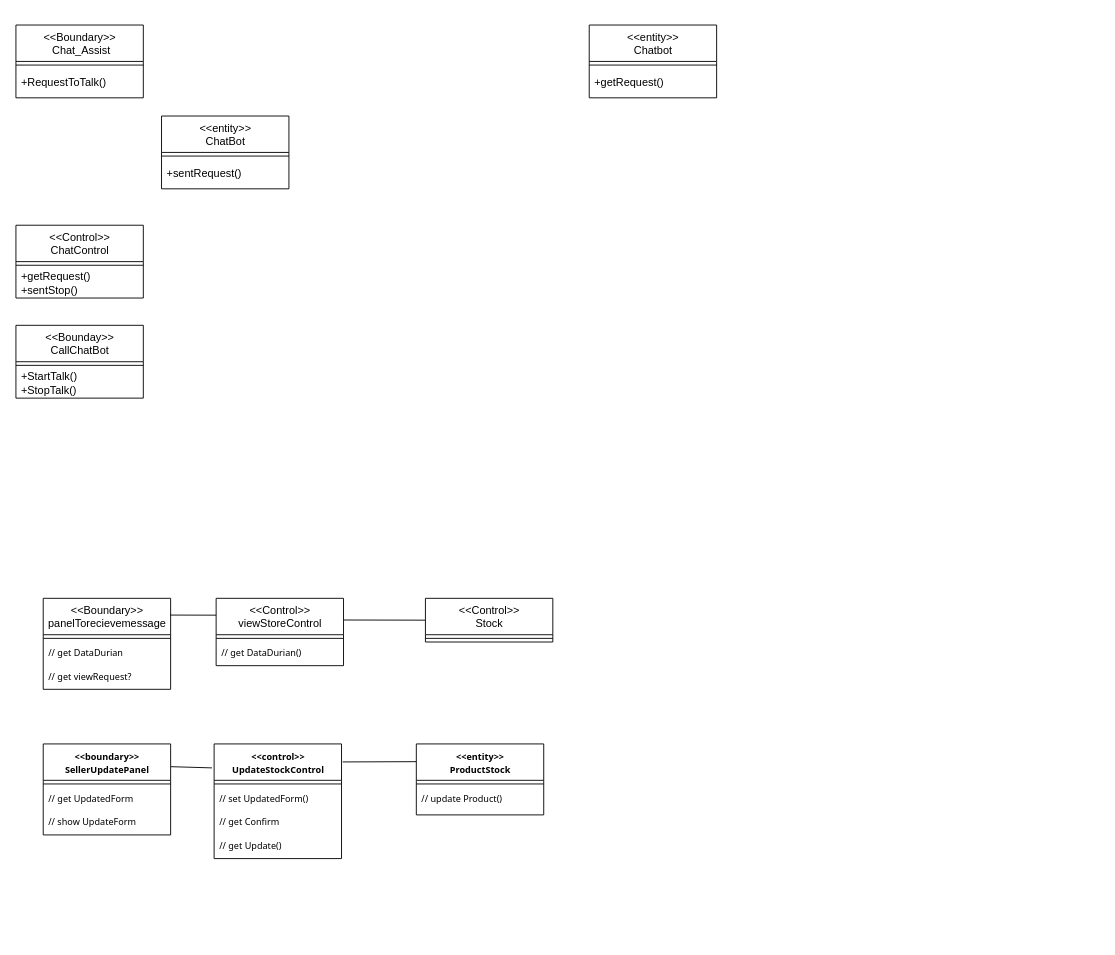
Before: VOPC.drawio in munkeawtoast/isad-diagrams, a draw.io diagram. Source tidied: cells renumbered, new cells numbered last; positions are measured from the earlier drawing's top-left corner, leaving out a move shared by most shapes. Both pictures are drawn from the tidied source at 91%, with x=0, y=0 at pixel (15, 25).
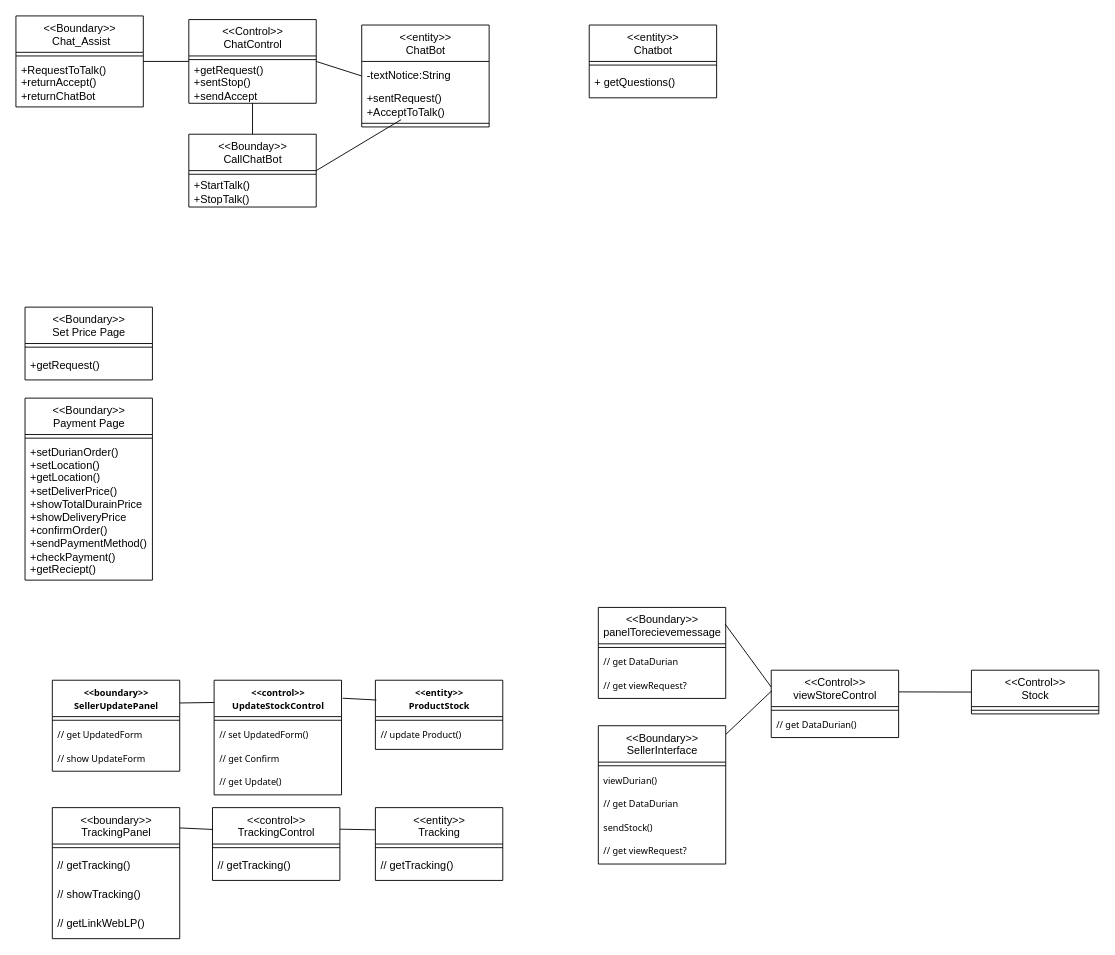
The same page after the edit.

Unchanged cells that the change refers to:
```xml
<mxCell id="2" value="&amp;lt;&amp;lt;entity&amp;gt;&amp;gt;&lt;br&gt;Chatbot" style="swimlane;fontStyle=0;align=center;verticalAlign=top;horizontal=1;startSize=40;html=1;" parent="1" vertex="1">
  <mxGeometry x="630" width="140" height="80" as="geometry" />
</mxCell>
```

What changed in the source:
```diff
@@
-    <mxCell id="4" value="+getRequest()" style="html=1;strokeColor=none;fillColor=none;align=left;verticalAlign=middle;spacingLeft=4;spacingRight=4;" parent="2" vertex="1">
+    <mxCell id="4" value="+ getQuestions()&lt;br&gt;" style="html=1;strokeColor=none;fillColor=none;align=left;verticalAlign=middle;spacingLeft=4;spacingRight=4;" parent="2" vertex="1">
       <mxGeometry y="48" width="140" height="32" as="geometry" />
     </mxCell>
+    <mxCell id="42" style="edgeStyle=none;html=1;exitX=1;exitY=0.5;exitDx=0;exitDy=0;entryX=0;entryY=0.5;entryDx=0;entryDy=0;endArrow=none;endFill=0;" parent="1" edge="1" source="5" target="8">
+      <mxGeometry relative="1" as="geometry" />
+    </mxCell>
     <mxCell id="5" value="&amp;lt;&amp;lt;Boundary&amp;gt;&amp;gt;&lt;br&gt;&amp;nbsp;Chat_Assist" style="swimlane;fontStyle=0;align=center;verticalAlign=top;horizontal=1;startSize=40;html=1;" parent="1" vertex="1">
-      <mxGeometry width="140" height="80" as="geometry" />
+      <mxGeometry y="-10" width="140" height="100" as="geometry" />
     </mxCell>
@@
-    <mxCell id="7" value="+RequestToTalk()" style="html=1;strokeColor=none;fillColor=none;align=left;verticalAlign=middle;spacingLeft=4;spacingRight=4;" parent="5" vertex="1">
-      <mxGeometry y="48" width="140" height="32" as="geometry" />
+    <mxCell id="7" value="+RequestToTalk()&lt;br&gt;+returnAccept()&lt;br&gt;+returnChatBot" style="html=1;strokeColor=none;fillColor=none;align=left;verticalAlign=middle;spacingLeft=4;spacingRight=4;" parent="5" vertex="1">
+      <mxGeometry y="48" width="140" height="52" as="geometry" />
     </mxCell>
+    <mxCell id="43" style="edgeStyle=none;html=1;exitX=1;exitY=0.5;exitDx=0;exitDy=0;entryX=0;entryY=0.5;entryDx=0;entryDy=0;endArrow=none;endFill=0;" parent="1" edge="1" source="8" target="11">
+      <mxGeometry relative="1" as="geometry" />
+    </mxCell>
     <mxCell id="8" value="&amp;lt;&amp;lt;Control&amp;gt;&amp;gt;&lt;br&gt;ChatControl" style="swimlane;fontStyle=0;align=center;verticalAlign=top;horizontal=1;startSize=40;html=1;" parent="1" vertex="1">
-      <mxGeometry y="220" width="140" height="80" as="geometry" />
+      <mxGeometry x="190" y="-6" width="140" height="92" as="geometry" />
     </mxCell>
@@
-    <mxCell id="10" value="+getRequest()&lt;br&gt;+sentStop()" style="html=1;strokeColor=none;fillColor=none;align=left;verticalAlign=middle;spacingLeft=4;spacingRight=4;points=[[0,0.5],[1,0.5]];" parent="8" vertex="1">
-      <mxGeometry y="48" width="140" height="32" as="geometry" />
+    <mxCell id="10" value="+getRequest()&lt;br&gt;+sentStop()&lt;br&gt;+sendAccept" style="html=1;strokeColor=none;fillColor=none;align=left;verticalAlign=middle;spacingLeft=4;spacingRight=4;points=[[0,0.5],[1,0.5]];" parent="8" vertex="1">
+      <mxGeometry y="48" width="140" height="44" as="geometry" />
     </mxCell>
     <mxCell id="11" value="&amp;lt;&amp;lt;entity&amp;gt;&amp;gt;&lt;br&gt;ChatBot" style="swimlane;fontStyle=0;align=center;verticalAlign=top;horizontal=1;startSize=40;html=1;" parent="1" vertex="1">
-      <mxGeometry x="160" y="100" width="140" height="80" as="geometry" />
+      <mxGeometry x="380" width="140" height="112" as="geometry" />
     </mxCell>
+    <mxCell id="44" value="-textNotice:String" style="html=1;strokeColor=none;fillColor=none;align=left;verticalAlign=middle;spacingLeft=4;spacingRight=4;" parent="11" vertex="1">
+      <mxGeometry y="40" width="140" height="32" as="geometry" />
+    </mxCell>
+    <mxCell id="13" value="+sentRequest()&lt;br&gt;+AcceptToTalk()" style="html=1;strokeColor=none;fillColor=none;align=left;verticalAlign=middle;spacingLeft=4;spacingRight=4;points=[[0,0.5],[1,0.5]];" parent="11" vertex="1">
+      <mxGeometry y="72" width="140" height="32" as="geometry" />
+    </mxCell>
     <mxCell id="12" style="line;strokeWidth=1;fillColor=none;align=left;verticalAlign=middle;spacingTop=-1;spacingLeft=3;spacingRight=3;labelPosition=right;" parent="11" vertex="1">
-      <mxGeometry y="40" width="140" height="8" as="geometry" />
+      <mxGeometry y="104" width="140" height="8" as="geometry" />
     </mxCell>
-    <mxCell id="13" value="+sentRequest()" style="html=1;strokeColor=none;fillColor=none;align=left;verticalAlign=middle;spacingLeft=4;spacingRight=4;points=[[0,0.5],[1,0.5]];" parent="11" vertex="1">
-      <mxGeometry y="48" width="140" height="32" as="geometry" />
-    </mxCell>
+    <mxCell id="45" style="edgeStyle=none;html=1;endArrow=none;endFill=0;" parent="1" edge="1" source="14" target="10">
+      <mxGeometry relative="1" as="geometry" />
+    </mxCell>
+    <mxCell id="46" style="edgeStyle=none;html=1;exitX=1;exitY=0.5;exitDx=0;exitDy=0;endArrow=none;endFill=0;" parent="1" edge="1" source="14" target="13">
+      <mxGeometry relative="1" as="geometry" />
+    </mxCell>
     <mxCell id="14" value="&amp;lt;&amp;lt;Bounday&amp;gt;&amp;gt;&lt;br&gt;CallChatBot" style="swimlane;fontStyle=0;align=center;verticalAlign=top;horizontal=1;startSize=40;html=1;" parent="1" vertex="1">
-      <mxGeometry y="330" width="140" height="80" as="geometry" />
+      <mxGeometry x="190" y="120" width="140" height="80" as="geometry" />
     </mxCell>
@@
     <mxCell id="17" value="&lt;span style=&quot;font-family: Helvetica; font-size: 12px; font-style: normal; font-variant-ligatures: normal; font-variant-caps: normal; font-weight: 400; letter-spacing: normal; orphans: 2; text-align: center; text-indent: 0px; text-transform: none; widows: 2; word-spacing: 0px; -webkit-text-stroke-width: 0px; text-decoration-thickness: initial; text-decoration-style: initial; text-decoration-color: initial; float: none; display: inline !important;&quot;&gt;&amp;lt;&amp;lt;Boundary&amp;gt;&amp;gt;&lt;/span&gt;&lt;br style=&quot;border-color: rgb(0, 0, 0); font-family: Helvetica; font-size: 12px; font-style: normal; font-variant-ligatures: normal; font-variant-caps: normal; font-weight: 400; letter-spacing: normal; orphans: 2; text-align: center; text-indent: 0px; text-transform: none; widows: 2; word-spacing: 0px; -webkit-text-stroke-width: 0px; text-decoration-thickness: initial; text-decoration-style: initial; text-decoration-color: initial;&quot;&gt;&lt;span style=&quot;font-family: Helvetica; font-size: 12px; font-style: normal; font-variant-ligatures: normal; font-variant-caps: normal; font-weight: 400; letter-spacing: normal; orphans: 2; text-align: center; text-indent: 0px; text-transform: none; widows: 2; word-spacing: 0px; -webkit-text-stroke-width: 0px; text-decoration-thickness: initial; text-decoration-style: initial; text-decoration-color: initial; float: none; display: inline !important;&quot;&gt;panelTorecievemessage&lt;/span&gt;" style="swimlane;fontStyle=0;align=center;verticalAlign=top;horizontal=1;startSize=40;html=1;" parent="1" vertex="1">
-      <mxGeometry x="30" y="630" width="140" height="100" as="geometry" />
+      <mxGeometry x="640" y="640" width="140" height="100" as="geometry" />
     </mxCell>
@@
-    <mxCell id="21" style="edgeStyle=none;html=1;entryX=0;entryY=0.5;entryDx=0;entryDy=0;endArrow=none;endFill=0;exitX=1.001;exitY=0.322;exitDx=0;exitDy=0;exitPerimeter=0;" parent="1" edge="1" source="22" target="25">
+    <mxCell id="21" style="edgeStyle=none;html=1;endArrow=none;endFill=0;exitX=1.001;exitY=0.322;exitDx=0;exitDy=0;exitPerimeter=0;entryX=0;entryY=0.5;entryDx=0;entryDy=0;" parent="1" edge="1" source="22" target="25">
       <mxGeometry relative="1" as="geometry" />
     </mxCell>
     <mxCell id="22" value="&lt;span style=&quot;&quot;&gt;&amp;lt;&amp;lt;Control&amp;gt;&amp;gt;&lt;/span&gt;&lt;br style=&quot;&quot;&gt;&lt;span style=&quot;&quot;&gt;viewStoreControl&lt;/span&gt;" style="swimlane;fontStyle=0;align=center;verticalAlign=top;horizontal=1;startSize=40;html=1;" parent="1" vertex="1">
-      <mxGeometry x="220" y="630" width="140" height="74" as="geometry" />
+      <mxGeometry x="830" y="709" width="140" height="74" as="geometry" />
     </mxCell>
@@
-    <mxCell id="25" value="&lt;span style=&quot;&quot;&gt;&amp;lt;&amp;lt;Control&amp;gt;&amp;gt;&lt;/span&gt;&lt;br style=&quot;&quot;&gt;Stock" style="swimlane;fontStyle=0;align=center;verticalAlign=top;horizontal=1;startSize=40;html=1;" parent="1" vertex="1">
-      <mxGeometry x="450" y="630" width="140" height="48" as="geometry" />
-    </mxCell>
-    <mxCell id="26" style="line;strokeWidth=1;fillColor=none;align=left;verticalAlign=middle;spacingTop=-1;spacingLeft=3;spacingRight=3;labelPosition=right;" parent="25" vertex="1">
-      <mxGeometry y="40" width="140" height="8" as="geometry" />
-    </mxCell>
-    <mxCell id="27" style="edgeStyle=none;html=1;entryX=0;entryY=0.25;entryDx=0;entryDy=0;endArrow=none;endFill=0;exitX=0.996;exitY=0.184;exitDx=0;exitDy=0;exitPerimeter=0;" parent="1" edge="1" source="17" target="22">
+    <mxCell id="27" style="edgeStyle=none;html=1;endArrow=none;endFill=0;exitX=0.996;exitY=0.184;exitDx=0;exitDy=0;exitPerimeter=0;entryX=0;entryY=0.25;entryDx=0;entryDy=0;" parent="1" edge="1" source="17" target="22">
       <mxGeometry relative="1" as="geometry" />
     </mxCell>
-    <mxCell id="28" style="edgeStyle=none;html=1;entryX=-0.017;entryY=0.209;entryDx=0;entryDy=0;entryPerimeter=0;endArrow=none;endFill=0;exitX=1;exitY=0.25;exitDx=0;exitDy=0;" parent="1" edge="1" source="29" target="33">
+    <mxCell id="28" style="edgeStyle=none;html=1;endArrow=none;endFill=0;exitX=1;exitY=0.25;exitDx=0;exitDy=0;entryX=0.005;entryY=0.194;entryDx=0;entryDy=0;entryPerimeter=0;" parent="1" edge="1" source="29" target="33">
       <mxGeometry relative="1" as="geometry" />
     </mxCell>
     <mxCell id="29" value="&lt;span style=&quot;font-family: Tahoma; font-size: 10px; font-weight: 700;&quot;&gt;&amp;lt;&amp;lt;boundary&amp;gt;&amp;gt;&lt;/span&gt;&lt;br style=&quot;padding: 0px; margin: 0px; font-family: Tahoma; font-size: 10px; font-weight: 700;&quot;&gt;&lt;span style=&quot;font-family: Tahoma; font-size: 10px; font-weight: 700;&quot;&gt;SellerUpdatePanel&lt;/span&gt;" style="swimlane;fontStyle=0;align=center;verticalAlign=top;horizontal=1;startSize=40;html=1;" parent="1" vertex="1">
-      <mxGeometry x="30" y="790" width="140" height="100" as="geometry" />
+      <mxGeometry x="40" y="720" width="140" height="100" as="geometry" />
     </mxCell>
@@
     <mxCell id="33" value="&lt;span style=&quot;font-family: Tahoma; font-size: 10px; font-weight: 700;&quot;&gt;&amp;lt;&amp;lt;control&amp;gt;&amp;gt;&lt;/span&gt;&lt;br style=&quot;padding: 0px; margin: 0px; font-family: Tahoma; font-size: 10px; font-weight: 700;&quot;&gt;&lt;span style=&quot;font-family: Tahoma; font-size: 10px; font-weight: 700;&quot;&gt;UpdateStockControl&lt;/span&gt;" style="swimlane;fontStyle=0;align=center;verticalAlign=top;horizontal=1;startSize=40;html=1;" parent="1" vertex="1">
-      <mxGeometry x="217.8" y="790" width="140" height="126" as="geometry" />
+      <mxGeometry x="217.8" y="720" width="140" height="126" as="geometry" />
     </mxCell>
@@
     <mxCell id="38" value="&lt;span style=&quot;font-family: Tahoma; font-size: 10px; font-weight: 700;&quot;&gt;&amp;lt;&amp;lt;entity&amp;gt;&amp;gt;&lt;/span&gt;&lt;br style=&quot;padding: 0px; margin: 0px; font-family: Tahoma; font-size: 10px; font-weight: 700;&quot;&gt;&lt;span style=&quot;font-family: Tahoma; font-size: 10px; font-weight: 700;&quot;&gt;ProductStock&lt;/span&gt;" style="swimlane;fontStyle=0;align=center;verticalAlign=top;horizontal=1;startSize=40;html=1;" parent="1" vertex="1">
-      <mxGeometry x="440" y="790" width="140" height="78" as="geometry" />
+      <mxGeometry x="395" y="720" width="140" height="76" as="geometry" />
     </mxCell>
@@
     <mxCell id="40" value="// update Product()" style="text;strokeColor=none;fillColor=none;align=left;verticalAlign=top;spacingLeft=4;spacingRight=4;overflow=hidden;strokeWidth=0;fontFamily=Tahoma;fontSize=10;" parent="38" vertex="1">
-      <mxGeometry y="48" width="140" height="30" as="geometry" />
+      <mxGeometry y="48" width="140" height="28" as="geometry" />
     </mxCell>
-    <mxCell id="41" style="edgeStyle=none;html=1;entryX=0;entryY=0.25;entryDx=0;entryDy=0;endArrow=none;endFill=0;exitX=1.009;exitY=0.157;exitDx=0;exitDy=0;exitPerimeter=0;" parent="1" edge="1" source="33" target="38">
+    <mxCell id="41" style="edgeStyle=none;html=1;endArrow=none;endFill=0;exitX=1.009;exitY=0.157;exitDx=0;exitDy=0;exitPerimeter=0;entryX=0.008;entryY=0.286;entryDx=0;entryDy=0;entryPerimeter=0;" parent="1" edge="1" source="33" target="38">
       <mxGeometry relative="1" as="geometry" />
     </mxCell>
+    <mxCell id="47" value="&amp;lt;&amp;lt;Boundary&amp;gt;&amp;gt;&lt;br&gt;Set Price Page" style="swimlane;fontStyle=0;align=center;verticalAlign=top;horizontal=1;startSize=40;html=1;" parent="1" vertex="1">
+      <mxGeometry x="10" y="310" width="140" height="80" as="geometry" />
+    </mxCell>
+    <mxCell id="48" style="line;strokeWidth=1;fillColor=none;align=left;verticalAlign=middle;spacingTop=-1;spacingLeft=3;spacingRight=3;labelPosition=right;" parent="47" vertex="1">
+      <mxGeometry y="40" width="140" height="8" as="geometry" />
+    </mxCell>
+    <mxCell id="49" value="+getRequest()" style="html=1;strokeColor=none;fillColor=none;align=left;verticalAlign=middle;spacingLeft=4;spacingRight=4;" parent="47" vertex="1">
+      <mxGeometry y="48" width="140" height="32" as="geometry" />
+    </mxCell>
+    <mxCell id="50" style="edgeStyle=none;html=1;endArrow=none;endFill=0;exitX=0.998;exitY=0.296;exitDx=0;exitDy=0;exitPerimeter=0;entryX=0.005;entryY=0.305;entryDx=0;entryDy=0;entryPerimeter=0;" parent="1" edge="1" source="51" target="54">
+      <mxGeometry relative="1" as="geometry" />
+    </mxCell>
+    <mxCell id="51" value="&amp;lt;&amp;lt;control&amp;gt;&amp;gt;&lt;br&gt;TrackingControl" style="swimlane;fontStyle=0;align=center;verticalAlign=top;horizontal=1;startSize=40;html=1;" parent="1" vertex="1">
+      <mxGeometry x="216" y="860" width="140" height="80" as="geometry" />
+    </mxCell>
+    <mxCell id="52" style="line;strokeWidth=1;fillColor=none;align=left;verticalAlign=middle;spacingTop=-1;spacingLeft=3;spacingRight=3;labelPosition=right;" parent="51" vertex="1">
+      <mxGeometry y="40" width="140" height="8" as="geometry" />
+    </mxCell>
+    <mxCell id="53" value="// getTracking()" style="html=1;strokeColor=none;fillColor=none;align=left;verticalAlign=middle;spacingLeft=4;spacingRight=4;" parent="51" vertex="1">
+      <mxGeometry y="48" width="140" height="32" as="geometry" />
+    </mxCell>
+    <mxCell id="54" value="&amp;lt;&amp;lt;entity&amp;gt;&amp;gt;&lt;br&gt;Tracking" style="swimlane;fontStyle=0;align=center;verticalAlign=top;horizontal=1;startSize=40;html=1;" parent="1" vertex="1">
+      <mxGeometry x="395" y="860" width="140" height="80" as="geometry" />
+    </mxCell>
+    <mxCell id="55" style="line;strokeWidth=1;fillColor=none;align=left;verticalAlign=middle;spacingTop=-1;spacingLeft=3;spacingRight=3;labelPosition=right;" parent="54" vertex="1">
+      <mxGeometry y="40" width="140" height="8" as="geometry" />
+    </mxCell>
+    <mxCell id="56" value="// getTracking()" style="html=1;strokeColor=none;fillColor=none;align=left;verticalAlign=middle;spacingLeft=4;spacingRight=4;" parent="54" vertex="1">
+      <mxGeometry y="48" width="140" height="32" as="geometry" />
+    </mxCell>
+    <mxCell id="57" value="&amp;lt;&amp;lt;boundary&amp;gt;&amp;gt;&lt;br&gt;TrackingPanel" style="swimlane;fontStyle=0;align=center;verticalAlign=top;horizontal=1;startSize=40;html=1;" parent="1" vertex="1">
+      <mxGeometry x="40" y="860" width="140" height="144" as="geometry" />
+    </mxCell>
+    <mxCell id="58" style="line;strokeWidth=1;fillColor=none;align=left;verticalAlign=middle;spacingTop=-1;spacingLeft=3;spacingRight=3;labelPosition=right;" parent="57" vertex="1">
+      <mxGeometry y="40" width="140" height="8" as="geometry" />
+    </mxCell>
+    <mxCell id="59" value="// getTracking()" style="html=1;strokeColor=none;fillColor=none;align=left;verticalAlign=middle;spacingLeft=4;spacingRight=4;" parent="57" vertex="1">
+      <mxGeometry y="48" width="140" height="32" as="geometry" />
+    </mxCell>
+    <mxCell id="60" value="// showTracking()" style="html=1;strokeColor=none;fillColor=none;align=left;verticalAlign=middle;spacingLeft=4;spacingRight=4;" parent="57" vertex="1">
+      <mxGeometry y="80" width="140" height="32" as="geometry" />
+    </mxCell>
+    <mxCell id="61" value="// getLinkWebLP()" style="html=1;strokeColor=none;fillColor=none;align=left;verticalAlign=middle;spacingLeft=4;spacingRight=4;" parent="57" vertex="1">
+      <mxGeometry y="112" width="140" height="32" as="geometry" />
+    </mxCell>
+    <mxCell id="62" style="edgeStyle=none;html=1;exitX=1;exitY=0.155;exitDx=0;exitDy=0;exitPerimeter=0;endArrow=none;endFill=0;entryX=0.001;entryY=0.3;entryDx=0;entryDy=0;entryPerimeter=0;" parent="1" edge="1" source="57" target="51">
+      <mxGeometry relative="1" as="geometry" />
+    </mxCell>
+    <mxCell id="63" value="&amp;lt;&amp;lt;Boundary&amp;gt;&amp;gt;&lt;br&gt;Payment Page" style="swimlane;fontStyle=0;align=center;verticalAlign=top;horizontal=1;startSize=40;html=1;" parent="1" vertex="1">
+      <mxGeometry x="10" y="410" width="140" height="200" as="geometry" />
+    </mxCell>
+    <mxCell id="64" style="line;strokeWidth=1;fillColor=none;align=left;verticalAlign=middle;spacingTop=-1;spacingLeft=3;spacingRight=3;labelPosition=right;" parent="63" vertex="1">
+      <mxGeometry y="40" width="140" height="8" as="geometry" />
+    </mxCell>
+    <mxCell id="65" value="+setDurianOrder()&lt;br&gt;+setLocation()&lt;br&gt;+getLocation()&lt;br&gt;+setDeliverPrice()&lt;br&gt;+showTotalDurainPrice&lt;br&gt;+showDeliveryPrice&lt;br&gt;+confirmOrder()&lt;br&gt;+sendPaymentMethod()&lt;br&gt;+checkPayment()&lt;br&gt;+getReciept()&lt;br&gt;" style="html=1;strokeColor=none;fillColor=none;align=left;verticalAlign=middle;spacingLeft=4;spacingRight=4;" parent="63" vertex="1">
+      <mxGeometry y="48" width="140" height="152" as="geometry" />
+    </mxCell>
+    <mxCell id="25" value="&lt;span style=&quot;&quot;&gt;&amp;lt;&amp;lt;Control&amp;gt;&amp;gt;&lt;/span&gt;&lt;br style=&quot;&quot;&gt;Stock" style="swimlane;fontStyle=0;align=center;verticalAlign=top;horizontal=1;startSize=40;html=1;" parent="1" vertex="1">
+      <mxGeometry x="1050" y="709" width="140" height="48" as="geometry" />
+    </mxCell>
+    <mxCell id="26" style="line;strokeWidth=1;fillColor=none;align=left;verticalAlign=middle;spacingTop=-1;spacingLeft=3;spacingRight=3;labelPosition=right;" parent="25" vertex="1">
+      <mxGeometry y="40" width="140" height="8" as="geometry" />
+    </mxCell>
+    <mxCell id="66" style="edgeStyle=none;html=1;entryX=0.005;entryY=0.304;entryDx=0;entryDy=0;entryPerimeter=0;fontFamily=Helvetica;fontSize=12;fontColor=default;startSize=40;endArrow=none;endFill=0;" parent="1" edge="1" source="67" target="22">
+      <mxGeometry relative="1" as="geometry" />
+    </mxCell>
+    <mxCell id="67" value="&lt;span style=&quot;font-family: Helvetica; font-size: 12px; font-style: normal; font-variant-ligatures: normal; font-variant-caps: normal; font-weight: 400; letter-spacing: normal; orphans: 2; text-align: center; text-indent: 0px; text-transform: none; widows: 2; word-spacing: 0px; -webkit-text-stroke-width: 0px; text-decoration-thickness: initial; text-decoration-style: initial; text-decoration-color: initial; float: none; display: inline !important;&quot;&gt;&amp;lt;&amp;lt;Boundary&amp;gt;&amp;gt;&lt;/span&gt;&lt;br style=&quot;border-color: rgb(0, 0, 0); font-family: Helvetica; font-size: 12px; font-style: normal; font-variant-ligatures: normal; font-variant-caps: normal; font-weight: 400; letter-spacing: normal; orphans: 2; text-align: center; text-indent: 0px; text-transform: none; widows: 2; word-spacing: 0px; -webkit-text-stroke-width: 0px; text-decoration-thickness: initial; text-decoration-style: initial; text-decoration-color: initial;&quot;&gt;SellerInterface" style="swimlane;fontStyle=0;align=center;verticalAlign=top;horizontal=1;startSize=40;html=1;" parent="1" vertex="1">
+      <mxGeometry x="640" y="770" width="140" height="152" as="geometry" />
+    </mxCell>
+    <mxCell id="68" style="line;strokeWidth=1;fillColor=none;align=left;verticalAlign=middle;spacingTop=-1;spacingLeft=3;spacingRight=3;labelPosition=right;" parent="67" vertex="1">
+      <mxGeometry y="40" width="140" height="8" as="geometry" />
+    </mxCell>
+    <mxCell id="69" value="viewDurian()" style="text;strokeColor=none;fillColor=none;align=left;verticalAlign=top;spacingLeft=4;spacingRight=4;overflow=hidden;strokeWidth=0;fontFamily=Tahoma;fontSize=10;" parent="67" vertex="1">
+      <mxGeometry y="48" width="140" height="26" as="geometry" />
+    </mxCell>
+    <mxCell id="70" value="// get DataDurian" style="text;strokeColor=none;fillColor=none;align=left;verticalAlign=top;spacingLeft=4;spacingRight=4;overflow=hidden;strokeWidth=0;fontFamily=Tahoma;fontSize=10;" parent="67" vertex="1">
+      <mxGeometry y="74" width="140" height="26" as="geometry" />
+    </mxCell>
+    <mxCell id="71" value="sendStock()" style="text;strokeColor=none;fillColor=none;align=left;verticalAlign=top;spacingLeft=4;spacingRight=4;overflow=hidden;strokeWidth=0;fontFamily=Tahoma;fontSize=10;" parent="67" vertex="1">
+      <mxGeometry y="100" width="140" height="26" as="geometry" />
+    </mxCell>
+    <mxCell id="72" value="// get viewRequest?" style="text;strokeColor=none;fillColor=none;align=left;verticalAlign=top;spacingLeft=4;spacingRight=4;overflow=hidden;strokeWidth=0;fontFamily=Tahoma;fontSize=10;" parent="67" vertex="1">
+      <mxGeometry y="126" width="140" height="26" as="geometry" />
+    </mxCell>
```
